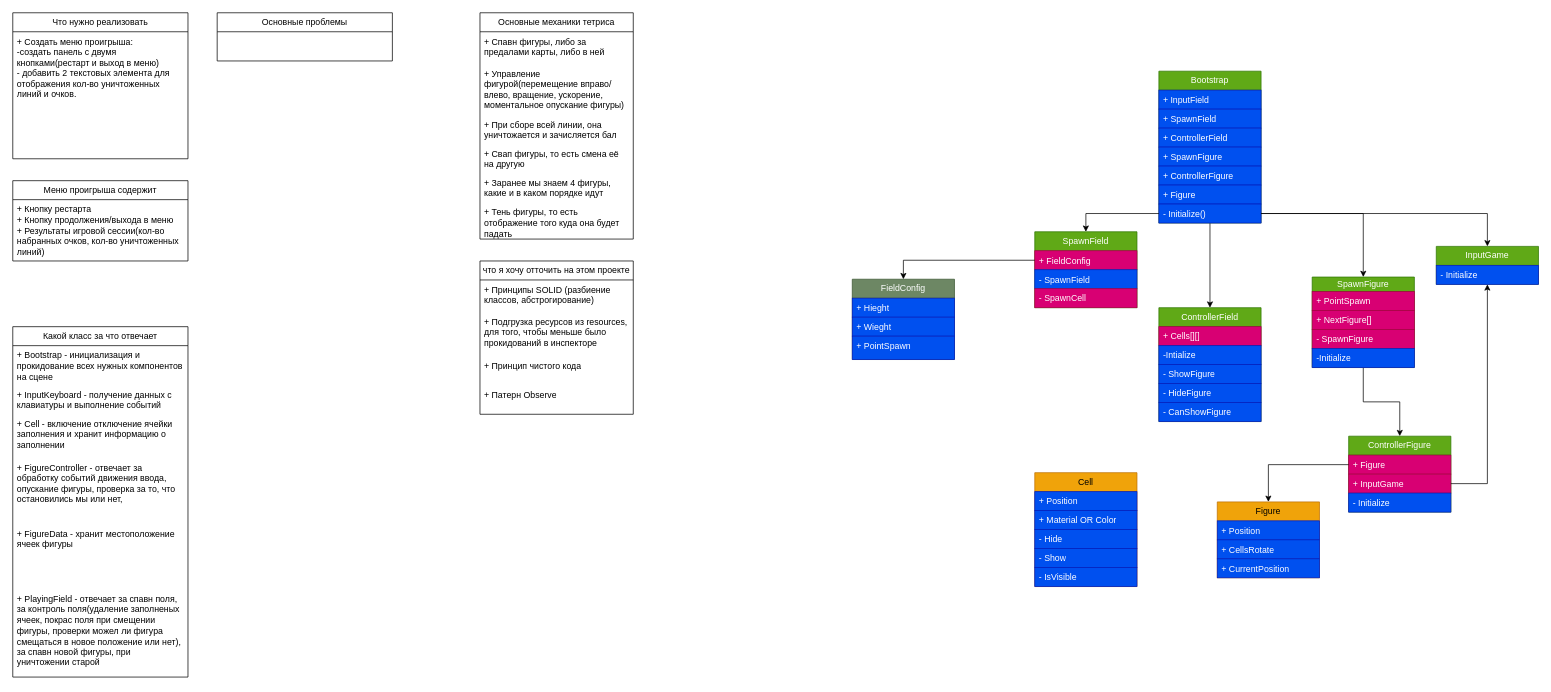
The draw.io diagram TetrisGame.drawio in Bablakov/Tetris, before the edit. Source tidied: cells renumbered, new cells numbered last; positions are measured from the earlier drawing's top-left corner, leaving out a move shared by most shapes. Both pictures are drawn from the tidied source at 73%, with x=0, y=0 at pixel (12, 12).
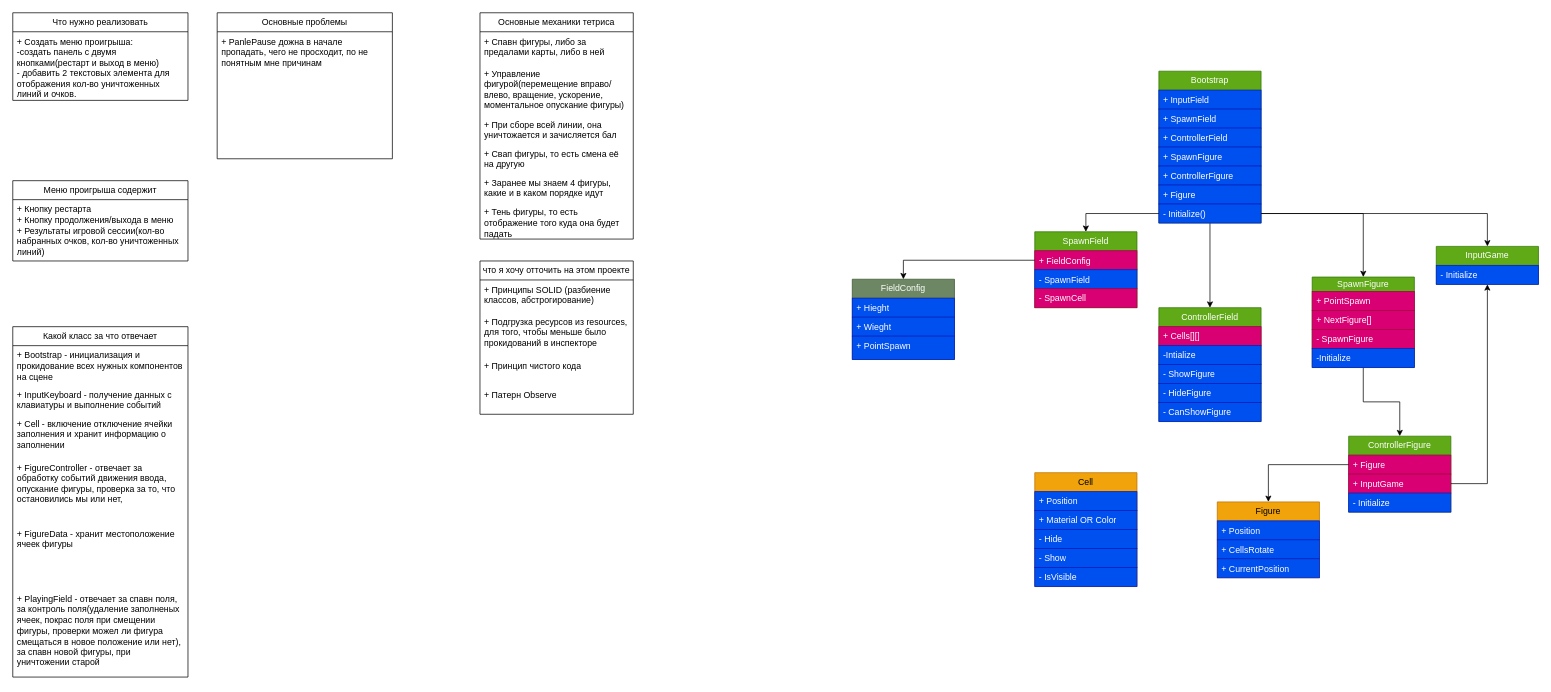
Above is the later version.

The edit, as a diff of the source:
```diff
@@
     <mxCell id="2" value="Что нужно реализовать" style="swimlane;fontStyle=0;horizontal=1;startSize=26;fillColor=none;whiteSpace=wrap;html=1;" parent="1" vertex="1">
-      <mxGeometry width="240" height="200" as="geometry" />
+      <mxGeometry width="240" height="120" as="geometry" />
     </mxCell>
     <mxCell id="3" value="+ Создать меню проигрыша:&lt;div&gt;-создать панель с двумя кнопками(рестарт и выход в меню)&lt;/div&gt;&lt;div&gt;- добавить 2 текстовых элемента для отображения кол-во уничтоженных линий и очков.&lt;/div&gt;" style="text;strokeColor=none;fillColor=none;align=left;verticalAlign=top;spacingLeft=4;spacingRight=4;overflow=hidden;whiteSpace=wrap;html=1;" parent="2" vertex="1">
-      <mxGeometry y="26" width="240" height="174" as="geometry" />
+      <mxGeometry y="26" width="240" height="94" as="geometry" />
     </mxCell>
@@
     <mxCell id="11" value="Основные проблемы" style="swimlane;fontStyle=0;horizontal=1;startSize=26;fillColor=none;whiteSpace=wrap;html=1;" parent="1" vertex="1">
-      <mxGeometry x="280" width="240" height="66" as="geometry" />
+      <mxGeometry x="280" width="240" height="200" as="geometry" />
     </mxCell>
+    <mxCell id="77" value="+ PanlePause дожна в начале пропадать, чего не просходит, по не понятным мне причинам" style="text;strokeColor=none;fillColor=none;align=left;verticalAlign=top;spacingLeft=4;spacingRight=4;overflow=hidden;whiteSpace=wrap;html=1;" parent="11" vertex="1">
+      <mxGeometry y="26" width="240" height="174" as="geometry" />
+    </mxCell>
```
